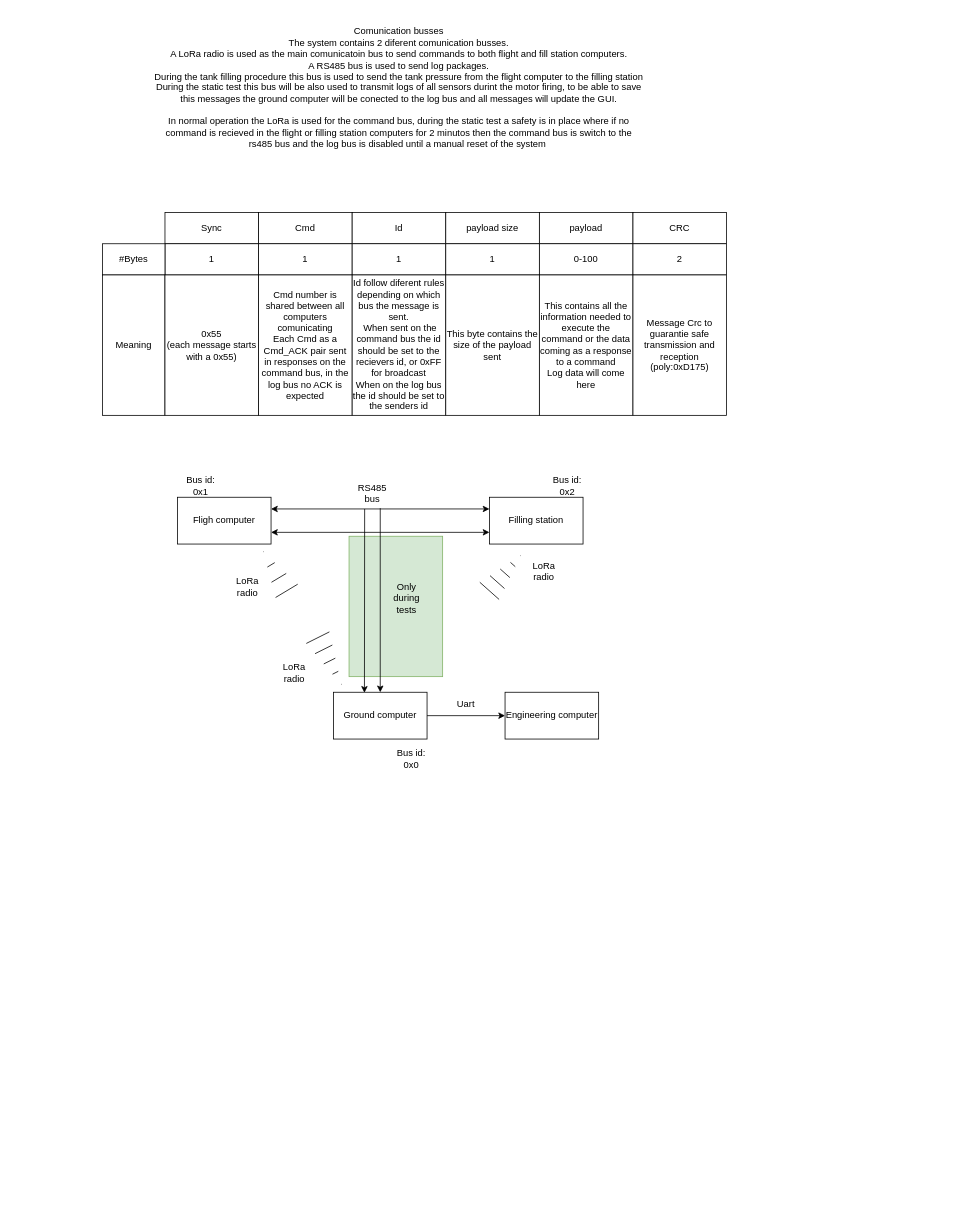
This is page "Fluxo" (2 of 4) of SupportingDocs/EmbededT1.drawio from dvalnn/INV2_Firmware, a draw.io file, before an edit. Source tidied: cells renumbered, new cells numbered last; positions are measured from the earlier drawing's top-left corner, leaving out a move shared by most shapes. Both pictures are drawn from the tidied source at 78%, with x=0, y=0 at pixel (102, 13).
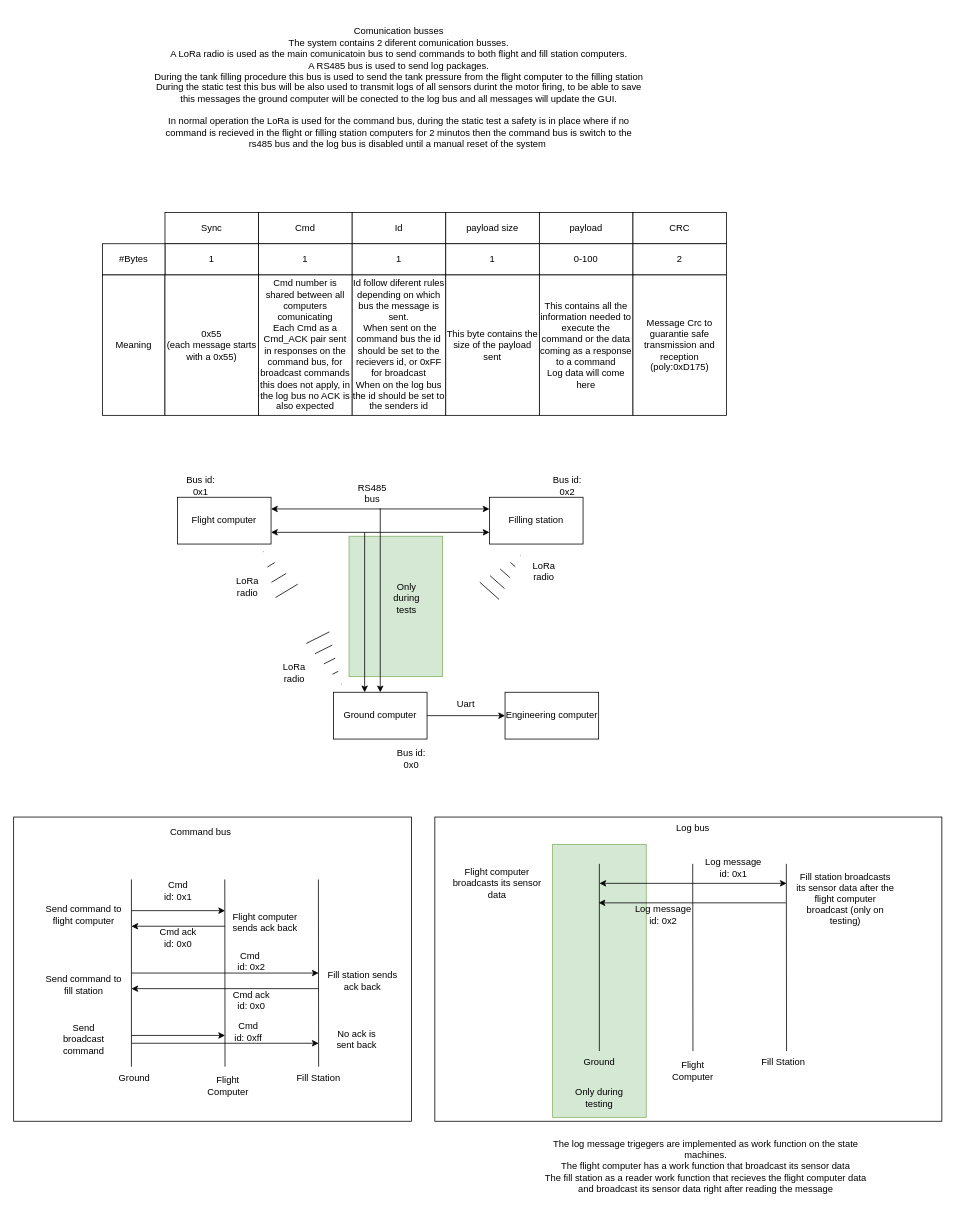
Above is the later version.

The change refers to these unchanged cells:
```xml
<mxCell id="5" value="Ground computer" style="rounded=0;whiteSpace=wrap;html=1;" parent="1" vertex="1">
  <mxGeometry x="296" y="870" width="120" height="60" as="geometry" />
</mxCell>
```

Diff of the diagram source:
```diff
@@
+    <mxCell id="45" style="rounded=0;whiteSpace=wrap;html=1;" parent="1" vertex="1">
+      <mxGeometry x="426" y="1030" width="650" height="390" as="geometry" />
+    </mxCell>
+    <mxCell id="46" style="rounded=0;whiteSpace=wrap;html=1;fillColor=#d5e8d4;strokeColor=#82b366;" parent="1" vertex="1">
+      <mxGeometry x="577" y="1065" width="120" height="350" as="geometry" />
+    </mxCell>
+    <mxCell id="47" style="rounded=0;whiteSpace=wrap;html=1;" parent="1" vertex="1">
+      <mxGeometry x="-114" y="1030" width="510" height="390" as="geometry" />
+    </mxCell>
@@
-    <mxCell id="3" value="Fligh computer" style="rounded=0;whiteSpace=wrap;html=1;" parent="1" vertex="1">
+    <mxCell id="3" value="Flight computer" style="rounded=0;whiteSpace=wrap;html=1;" parent="1" vertex="1">
       <mxGeometry x="96" y="620" width="120" height="60" as="geometry" />
     </mxCell>
@@
-    <mxCell id="9" style="endArrow=classic;html=1;rounded=0;entryX=0.331;entryY=0.011;entryDx=0;entryDy=0;entryPerimeter=0;" parent="1" edge="1" target="5">
+    <mxCell id="9" style="endArrow=classic;html=1;rounded=0;" parent="1" edge="1">
       <mxGeometry relative="1" as="geometry">
-        <mxPoint x="336" y="635" as="sourcePoint" />
+        <mxPoint x="336" y="665" as="sourcePoint" />
+        <mxPoint x="336" y="870" as="targetPoint" />
       </mxGeometry>
     </mxCell>
@@
-    <mxCell id="40" value="Cmd number is shared between all computers comunicating&lt;br&gt;Each Cmd as a Cmd_ACK pair sent in responses on the command bus, in the log bus no ACK is expected" style="rounded=0;whiteSpace=wrap;html=1;" parent="1" vertex="1">
+    <mxCell id="40" value="Cmd number is shared between all computers comunicating&lt;br&gt;Each Cmd as a Cmd_ACK pair sent in responses on the command bus, for broadcast commands this does not apply, in the log bus no ACK is also expected" style="rounded=0;whiteSpace=wrap;html=1;" parent="1" vertex="1">
       <mxGeometry x="200" y="335" width="120" height="180" as="geometry" />
     </mxCell>
@@
+    <mxCell id="48" style="endArrow=none;html=1;rounded=0;" parent="1" edge="1">
+      <mxGeometry relative="1" as="geometry">
+        <mxPoint x="37" y="1110" as="sourcePoint" />
+        <mxPoint x="37" y="1350" as="targetPoint" />
+      </mxGeometry>
+    </mxCell>
+    <mxCell id="49" style="endArrow=none;html=1;rounded=0;" parent="1" edge="1">
+      <mxGeometry relative="1" as="geometry">
+        <mxPoint x="156.7" y="1110" as="sourcePoint" />
+        <mxPoint x="157" y="1350" as="targetPoint" />
+      </mxGeometry>
+    </mxCell>
+    <mxCell id="50" style="endArrow=none;html=1;rounded=0;" parent="1" edge="1">
+      <mxGeometry relative="1" as="geometry">
+        <mxPoint x="276.7" y="1110" as="sourcePoint" />
+        <mxPoint x="277" y="1350" as="targetPoint" />
+      </mxGeometry>
+    </mxCell>
+    <mxCell id="51" value="Ground" style="text;html=1;align=center;verticalAlign=middle;whiteSpace=wrap;rounded=0;" parent="1" vertex="1">
+      <mxGeometry x="11" y="1350" width="60" height="30" as="geometry" />
+    </mxCell>
+    <mxCell id="52" value="Flight&lt;div&gt;Computer&lt;/div&gt;" style="text;html=1;align=center;verticalAlign=middle;whiteSpace=wrap;rounded=0;" parent="1" vertex="1">
+      <mxGeometry x="131" y="1360" width="60" height="30" as="geometry" />
+    </mxCell>
+    <mxCell id="53" value="Fill Station" style="text;html=1;align=center;verticalAlign=middle;whiteSpace=wrap;rounded=0;" parent="1" vertex="1">
+      <mxGeometry x="247" y="1350" width="60" height="30" as="geometry" />
+    </mxCell>
+    <mxCell id="54" value="Command bus" style="text;html=1;align=center;verticalAlign=middle;whiteSpace=wrap;rounded=0;" parent="1" vertex="1">
+      <mxGeometry x="73" y="1035" width="106" height="30" as="geometry" />
+    </mxCell>
+    <mxCell id="55" style="endArrow=classic;html=1;rounded=0;" parent="1" edge="1">
+      <mxGeometry relative="1" as="geometry">
+        <mxPoint x="37" y="1150" as="sourcePoint" />
+        <mxPoint x="157" y="1150" as="targetPoint" />
+      </mxGeometry>
+    </mxCell>
+    <mxCell id="56" value="Cmd&lt;div&gt;id: 0x1&lt;/div&gt;" style="text;html=1;align=center;verticalAlign=middle;whiteSpace=wrap;rounded=0;" parent="1" vertex="1">
+      <mxGeometry x="67" y="1110" width="60" height="30" as="geometry" />
+    </mxCell>
+    <mxCell id="57" style="endArrow=classic;html=1;rounded=0;" parent="1" edge="1">
+      <mxGeometry relative="1" as="geometry">
+        <mxPoint x="157" y="1170" as="sourcePoint" />
+        <mxPoint x="37" y="1170" as="targetPoint" />
+      </mxGeometry>
+    </mxCell>
+    <mxCell id="58" value="Cmd ack&lt;div&gt;id: 0x0&lt;/div&gt;" style="text;html=1;align=center;verticalAlign=middle;whiteSpace=wrap;rounded=0;" parent="1" vertex="1">
+      <mxGeometry x="67" y="1170" width="60" height="30" as="geometry" />
+    </mxCell>
+    <mxCell id="59" style="endArrow=classic;html=1;rounded=0;" parent="1" edge="1">
+      <mxGeometry relative="1" as="geometry">
+        <mxPoint x="37" y="1230" as="sourcePoint" />
+        <mxPoint x="277" y="1230" as="targetPoint" />
+      </mxGeometry>
+    </mxCell>
+    <mxCell id="60" style="endArrow=classic;html=1;rounded=0;" parent="1" edge="1">
+      <mxGeometry relative="1" as="geometry">
+        <mxPoint x="277" y="1250" as="sourcePoint" />
+        <mxPoint x="37" y="1250" as="targetPoint" />
+      </mxGeometry>
+    </mxCell>
+    <mxCell id="61" value="Cmd&amp;nbsp;&lt;div&gt;id: 0x2&lt;/div&gt;" style="text;html=1;align=center;verticalAlign=middle;whiteSpace=wrap;rounded=0;" parent="1" vertex="1">
+      <mxGeometry x="161" y="1200" width="60" height="30" as="geometry" />
+    </mxCell>
+    <mxCell id="62" value="Cmd ack&lt;div&gt;id: 0x0&lt;/div&gt;" style="text;html=1;align=center;verticalAlign=middle;whiteSpace=wrap;rounded=0;" parent="1" vertex="1">
+      <mxGeometry x="161" y="1250" width="60" height="30" as="geometry" />
+    </mxCell>
+    <mxCell id="63" style="endArrow=classic;html=1;rounded=0;" parent="1" edge="1">
+      <mxGeometry relative="1" as="geometry">
+        <mxPoint x="37" y="1310" as="sourcePoint" />
+        <mxPoint x="157" y="1310" as="targetPoint" />
+      </mxGeometry>
+    </mxCell>
+    <mxCell id="64" style="endArrow=classic;html=1;rounded=0;" parent="1" edge="1">
+      <mxGeometry relative="1" as="geometry">
+        <mxPoint x="37" y="1320" as="sourcePoint" />
+        <mxPoint x="277" y="1320" as="targetPoint" />
+      </mxGeometry>
+    </mxCell>
+    <mxCell id="65" value="Cmd&lt;div&gt;id: 0xff&lt;/div&gt;" style="text;html=1;align=center;verticalAlign=middle;whiteSpace=wrap;rounded=0;" parent="1" vertex="1">
+      <mxGeometry x="157" y="1290" width="60" height="30" as="geometry" />
+    </mxCell>
+    <mxCell id="66" style="endArrow=none;html=1;rounded=0;" parent="1" edge="1">
+      <mxGeometry relative="1" as="geometry">
+        <mxPoint x="636.9" y="1090" as="sourcePoint" />
+        <mxPoint x="636.9" y="1330" as="targetPoint" />
+      </mxGeometry>
+    </mxCell>
+    <mxCell id="67" style="endArrow=none;html=1;rounded=0;" parent="1" edge="1">
+      <mxGeometry relative="1" as="geometry">
+        <mxPoint x="756.6" y="1090" as="sourcePoint" />
+        <mxPoint x="756.9" y="1330" as="targetPoint" />
+      </mxGeometry>
+    </mxCell>
+    <mxCell id="68" style="endArrow=none;html=1;rounded=0;" parent="1" edge="1">
+      <mxGeometry relative="1" as="geometry">
+        <mxPoint x="876.6" y="1090" as="sourcePoint" />
+        <mxPoint x="876.9" y="1330" as="targetPoint" />
+      </mxGeometry>
+    </mxCell>
+    <mxCell id="69" value="Ground" style="text;html=1;align=center;verticalAlign=middle;whiteSpace=wrap;rounded=0;" parent="1" vertex="1">
+      <mxGeometry x="607" y="1330" width="60" height="30" as="geometry" />
+    </mxCell>
+    <mxCell id="70" value="Flight&lt;div&gt;Computer&lt;/div&gt;" style="text;html=1;align=center;verticalAlign=middle;whiteSpace=wrap;rounded=0;" parent="1" vertex="1">
+      <mxGeometry x="727" y="1340" width="60" height="30" as="geometry" />
+    </mxCell>
+    <mxCell id="71" value="Fill Station" style="text;html=1;align=center;verticalAlign=middle;whiteSpace=wrap;rounded=0;" parent="1" vertex="1">
+      <mxGeometry x="843" y="1330" width="60" height="30" as="geometry" />
+    </mxCell>
+    <mxCell id="72" value="Log bus" style="text;html=1;align=center;verticalAlign=middle;whiteSpace=wrap;rounded=0;" parent="1" vertex="1">
+      <mxGeometry x="727" y="1030" width="60" height="30" as="geometry" />
+    </mxCell>
+    <mxCell id="73" value="Send command to flight computer" style="text;html=1;align=center;verticalAlign=middle;whiteSpace=wrap;rounded=0;" parent="1" vertex="1">
+      <mxGeometry x="-74" y="1140" width="100" height="30" as="geometry" />
+    </mxCell>
+    <mxCell id="74" value="Send command to fill station" style="text;html=1;align=center;verticalAlign=middle;whiteSpace=wrap;rounded=0;" parent="1" vertex="1">
+      <mxGeometry x="-74" y="1230" width="100" height="30" as="geometry" />
+    </mxCell>
+    <mxCell id="75" value="Send broadcast command" style="text;html=1;align=center;verticalAlign=middle;whiteSpace=wrap;rounded=0;" parent="1" vertex="1">
+      <mxGeometry x="-67" y="1300" width="86" height="30" as="geometry" />
+    </mxCell>
+    <mxCell id="76" style="endArrow=classic;html=1;rounded=0;" parent="1" edge="1">
+      <mxGeometry relative="1" as="geometry">
+        <mxPoint x="757" y="1115" as="sourcePoint" />
+        <mxPoint x="637" y="1115" as="targetPoint" />
+      </mxGeometry>
+    </mxCell>
+    <mxCell id="77" style="endArrow=classic;html=1;rounded=0;" parent="1" edge="1">
+      <mxGeometry relative="1" as="geometry">
+        <mxPoint x="757" y="1115" as="sourcePoint" />
+        <mxPoint x="877" y="1115" as="targetPoint" />
+      </mxGeometry>
+    </mxCell>
+    <mxCell id="78" value="Only during testing" style="text;html=1;align=center;verticalAlign=middle;whiteSpace=wrap;rounded=0;" parent="1" vertex="1">
+      <mxGeometry x="599" y="1375" width="76" height="30" as="geometry" />
+    </mxCell>
+    <mxCell id="79" value="Flight computer broadcasts its sensor data" style="text;html=1;align=center;verticalAlign=middle;whiteSpace=wrap;rounded=0;" parent="1" vertex="1">
+      <mxGeometry x="446" y="1100" width="120" height="30" as="geometry" />
+    </mxCell>
+    <mxCell id="80" value="Flight computer sends ack back" style="text;html=1;align=center;verticalAlign=middle;whiteSpace=wrap;rounded=0;" parent="1" vertex="1">
+      <mxGeometry x="161" y="1150" width="95" height="30" as="geometry" />
+    </mxCell>
+    <mxCell id="81" value="Fill station sends ack back" style="text;html=1;align=center;verticalAlign=middle;whiteSpace=wrap;rounded=0;" parent="1" vertex="1">
+      <mxGeometry x="286" y="1225" width="95" height="30" as="geometry" />
+    </mxCell>
+    <mxCell id="82" value="No ack is sent back" style="text;html=1;align=center;verticalAlign=middle;whiteSpace=wrap;rounded=0;" parent="1" vertex="1">
+      <mxGeometry x="296" y="1300" width="60" height="30" as="geometry" />
+    </mxCell>
+    <mxCell id="83" style="endArrow=classic;html=1;rounded=0;" parent="1" edge="1">
+      <mxGeometry relative="1" as="geometry">
+        <mxPoint x="876" y="1140" as="sourcePoint" />
+        <mxPoint x="636" y="1140" as="targetPoint" />
+      </mxGeometry>
+    </mxCell>
+    <mxCell id="84" value="Log message&lt;div&gt;id: 0x1&lt;/div&gt;" style="text;html=1;align=center;verticalAlign=middle;whiteSpace=wrap;rounded=0;" parent="1" vertex="1">
+      <mxGeometry x="756" y="1080" width="106" height="30" as="geometry" />
+    </mxCell>
+    <mxCell id="85" value="Log message&lt;div&gt;id: 0x2&lt;/div&gt;" style="text;html=1;align=center;verticalAlign=middle;whiteSpace=wrap;rounded=0;" parent="1" vertex="1">
+      <mxGeometry x="666" y="1140" width="106" height="30" as="geometry" />
+    </mxCell>
+    <mxCell id="86" value="Fill station broadcasts its sensor data after the flight computer broadcast (only on testing)" style="text;html=1;align=center;verticalAlign=middle;whiteSpace=wrap;rounded=0;" parent="1" vertex="1">
+      <mxGeometry x="886" y="1120" width="133" height="30" as="geometry" />
+    </mxCell>
+    <mxCell id="87" value="The log message trigegers are implemented as work function on the state machines.&lt;div&gt;The flight computer has a work function that broadcast its sensor data&lt;/div&gt;&lt;div&gt;The fill station as a reader work function that recieves the flight computer data and broadcast its sensor data right after reading the message&lt;br&gt;&lt;div&gt;&lt;br&gt;&lt;/div&gt;&lt;/div&gt;" style="text;html=1;align=center;verticalAlign=middle;whiteSpace=wrap;rounded=0;" parent="1" vertex="1">
+      <mxGeometry x="560" y="1470" width="427" height="30" as="geometry" />
+    </mxCell>
```
